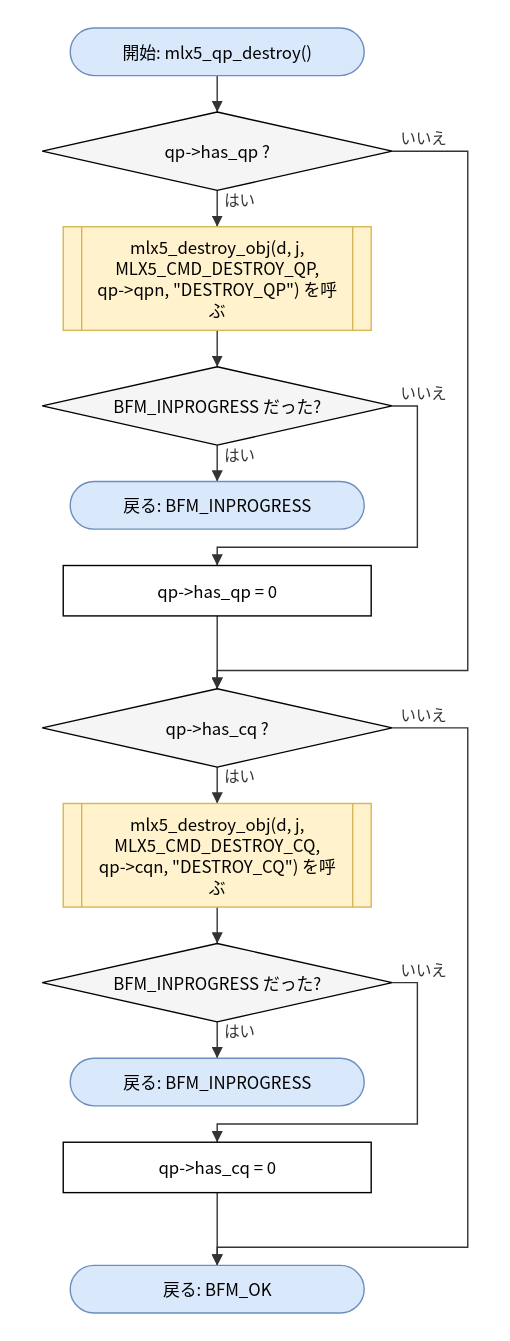
Earlier version of the draw.io export doc/spec/images/flow_src_mlx5_qp-mlx5_qp_destroy.drawio.svg (hf355051012-ai/bfmem). Source tidied: cells renumbered, new cells last; positions are measured from the earlier drawing's top-left corner, leaving out a move shared by most shapes.
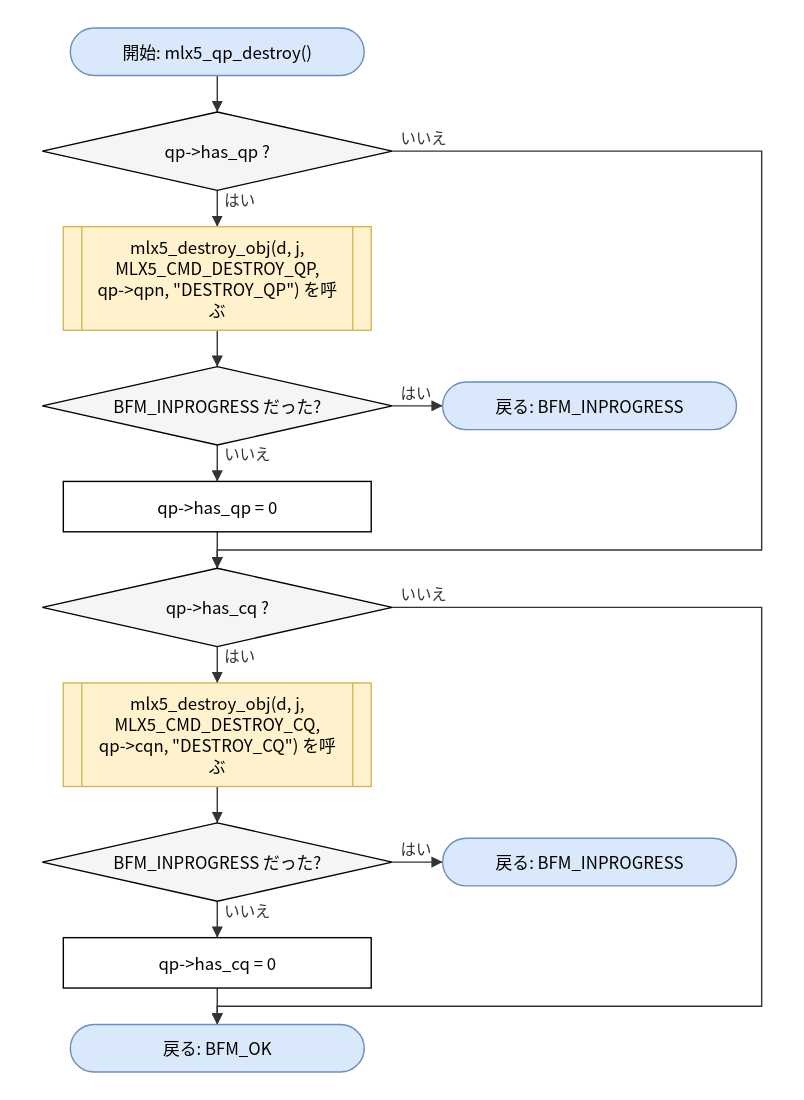
Above is the later version.

What changed in the source:
```diff
@@ -15,28 +15,28 @@
       <mxGeometry y="242" width="250" height="56" as="geometry" />
     </mxCell>
     <mxCell id="6" value="戻る: BFM_INPROGRESS" style="rounded=1;arcSize=50;whiteSpace=wrap;html=1;fillColor=#dae8fc;strokeColor=#6c8ebf;" parent="1" vertex="1">
-      <mxGeometry x="20" y="324" width="210" height="34" as="geometry" />
+      <mxGeometry x="286" y="253" width="210" height="34" as="geometry" />
     </mxCell>
     <mxCell id="7" value="qp-&amp;gt;has_qp = 0" style="rounded=0;whiteSpace=wrap;html=1;" parent="1" vertex="1">
-      <mxGeometry x="15" y="384" width="220" height="36" as="geometry" />
+      <mxGeometry x="15" y="324" width="220" height="36" as="geometry" />
     </mxCell>
     <mxCell id="8" value="qp-&amp;gt;has_cq ?" style="rhombus;whiteSpace=wrap;html=1;fillColor=#f5f5f5;" parent="1" vertex="1">
-      <mxGeometry y="472" width="250" height="56" as="geometry" />
+      <mxGeometry y="386" width="250" height="56" as="geometry" />
     </mxCell>
     <mxCell id="9" value="mlx5_destroy_obj(d, j,&lt;br&gt;MLX5_CMD_DESTROY_CQ,&lt;br&gt;qp-&amp;gt;cqn, &amp;quot;DESTROY_CQ&amp;quot;) を呼&lt;br&gt;ぶ" style="shape=process;whiteSpace=wrap;html=1;backgroundOutline=1;size=0.06;fillColor=#fff2cc;strokeColor=#d6b656;" parent="1" vertex="1">
-      <mxGeometry x="15" y="554" width="220" height="74" as="geometry" />
+      <mxGeometry x="15" y="468" width="220" height="74" as="geometry" />
     </mxCell>
     <mxCell id="10" value="BFM_INPROGRESS だった?" style="rhombus;whiteSpace=wrap;html=1;fillColor=#f5f5f5;" parent="1" vertex="1">
-      <mxGeometry y="654" width="250" height="56" as="geometry" />
+      <mxGeometry y="568" width="250" height="56" as="geometry" />
     </mxCell>
     <mxCell id="11" value="戻る: BFM_INPROGRESS" style="rounded=1;arcSize=50;whiteSpace=wrap;html=1;fillColor=#dae8fc;strokeColor=#6c8ebf;" parent="1" vertex="1">
-      <mxGeometry x="20" y="736" width="210" height="34" as="geometry" />
+      <mxGeometry x="286" y="579" width="210" height="34" as="geometry" />
     </mxCell>
     <mxCell id="12" value="qp-&amp;gt;has_cq = 0" style="rounded=0;whiteSpace=wrap;html=1;" parent="1" vertex="1">
-      <mxGeometry x="15" y="796" width="220" height="36" as="geometry" />
+      <mxGeometry x="15" y="650" width="220" height="36" as="geometry" />
     </mxCell>
     <mxCell id="13" value="戻る: BFM_OK" style="rounded=1;arcSize=50;whiteSpace=wrap;html=1;fillColor=#dae8fc;strokeColor=#6c8ebf;" parent="1" vertex="1">
-      <mxGeometry x="20" y="884" width="210" height="34" as="geometry" />
+      <mxGeometry x="20" y="712" width="210" height="34" as="geometry" />
     </mxCell>
     <mxCell id="14" style="edgeStyle=none;html=1;rounded=0;endArrow=block;endFill=1;exitX=0.5000;exitY=1.0000;exitDx=0;exitDy=0;exitPerimeter=0;entryX=0.5000;entryY=0.0000;entryDx=0;entryDy=0;entryPerimeter=0;" parent="1" edge="1" source="2" target="3">
       <mxGeometry relative="1" as="geometry" />
@@ -47,17 +47,11 @@
     <mxCell id="16" style="edgeStyle=none;html=1;rounded=0;endArrow=block;endFill=1;exitX=0.5000;exitY=1.0000;exitDx=0;exitDy=0;exitPerimeter=0;entryX=0.5000;entryY=0.0000;entryDx=0;entryDy=0;entryPerimeter=0;" parent="1" edge="1" source="4" target="5">
       <mxGeometry relative="1" as="geometry" />
     </mxCell>
-    <mxCell id="17" value="はい" style="edgeStyle=none;html=1;rounded=0;endArrow=block;endFill=1;exitX=0.5000;exitY=1.0000;exitDx=0;exitDy=0;exitPerimeter=0;entryX=0.5000;entryY=0.0000;entryDx=0;entryDy=0;entryPerimeter=0;" parent="1" edge="1" source="5" target="6">
+    <mxCell id="17" value="はい" style="edgeStyle=none;html=1;rounded=0;endArrow=block;endFill=1;exitX=1.0000;exitY=0.5000;exitDx=0;exitDy=0;exitPerimeter=0;entryX=0.0000;entryY=0.5000;entryDx=0;entryDy=0;entryPerimeter=0;" parent="1" edge="1" source="5" target="6">
       <mxGeometry relative="1" as="geometry" />
     </mxCell>
-    <mxCell id="18" value="いいえ" style="edgeStyle=none;html=1;rounded=0;endArrow=block;endFill=1;exitX=1.0000;exitY=0.5000;exitDx=0;exitDy=0;exitPerimeter=0;entryX=0.5000;entryY=0.0000;entryDx=0;entryDy=0;entryPerimeter=0;" parent="1" edge="1" source="5" target="7">
-      <mxGeometry relative="1" as="geometry">
-        <Array as="points">
-          <mxPoint x="268" y="270" />
-          <mxPoint x="268" y="371" />
-          <mxPoint x="125" y="371" />
-        </Array>
-      </mxGeometry>
+    <mxCell id="18" value="いいえ" style="edgeStyle=none;html=1;rounded=0;endArrow=block;endFill=1;exitX=0.5000;exitY=1.0000;exitDx=0;exitDy=0;exitPerimeter=0;entryX=0.5000;entryY=0.0000;entryDx=0;entryDy=0;entryPerimeter=0;" parent="1" edge="1" source="5" target="7">
+      <mxGeometry relative="1" as="geometry" />
     </mxCell>
     <mxCell id="19" style="edgeStyle=none;html=1;rounded=0;endArrow=block;endFill=1;exitX=0.5000;exitY=1.0000;exitDx=0;exitDy=0;exitPerimeter=0;entryX=0.5000;entryY=0.0000;entryDx=0;entryDy=0;entryPerimeter=0;" parent="1" edge="1" source="7" target="8">
       <mxGeometry relative="1" as="geometry" />
@@ -65,9 +59,9 @@
     <mxCell id="20" value="いいえ" style="edgeStyle=none;html=1;rounded=0;endArrow=block;endFill=1;exitX=1.0000;exitY=0.5000;exitDx=0;exitDy=0;exitPerimeter=0;entryX=0.5000;entryY=0.0000;entryDx=0;entryDy=0;entryPerimeter=0;" parent="1" edge="1" source="3" target="8">
       <mxGeometry relative="1" as="geometry">
         <Array as="points">
-          <mxPoint x="304" y="88" />
-          <mxPoint x="304" y="459" />
-          <mxPoint x="125" y="459" />
+          <mxPoint x="514" y="88" />
+          <mxPoint x="514" y="373" />
+          <mxPoint x="125" y="373" />
         </Array>
       </mxGeometry>
     </mxCell>
@@ -77,17 +71,11 @@
     <mxCell id="22" style="edgeStyle=none;html=1;rounded=0;endArrow=block;endFill=1;exitX=0.5000;exitY=1.0000;exitDx=0;exitDy=0;exitPerimeter=0;entryX=0.5000;entryY=0.0000;entryDx=0;entryDy=0;entryPerimeter=0;" parent="1" edge="1" source="9" target="10">
       <mxGeometry relative="1" as="geometry" />
     </mxCell>
-    <mxCell id="23" value="はい" style="edgeStyle=none;html=1;rounded=0;endArrow=block;endFill=1;exitX=0.5000;exitY=1.0000;exitDx=0;exitDy=0;exitPerimeter=0;entryX=0.5000;entryY=0.0000;entryDx=0;entryDy=0;entryPerimeter=0;" parent="1" edge="1" source="10" target="11">
+    <mxCell id="23" value="はい" style="edgeStyle=none;html=1;rounded=0;endArrow=block;endFill=1;exitX=1.0000;exitY=0.5000;exitDx=0;exitDy=0;exitPerimeter=0;entryX=0.0000;entryY=0.5000;entryDx=0;entryDy=0;entryPerimeter=0;" parent="1" edge="1" source="10" target="11">
       <mxGeometry relative="1" as="geometry" />
     </mxCell>
-    <mxCell id="24" value="いいえ" style="edgeStyle=none;html=1;rounded=0;endArrow=block;endFill=1;exitX=1.0000;exitY=0.5000;exitDx=0;exitDy=0;exitPerimeter=0;entryX=0.5000;entryY=0.0000;entryDx=0;entryDy=0;entryPerimeter=0;" parent="1" edge="1" source="10" target="12">
-      <mxGeometry relative="1" as="geometry">
-        <Array as="points">
-          <mxPoint x="268" y="682" />
-          <mxPoint x="268" y="783" />
-          <mxPoint x="125" y="783" />
-        </Array>
-      </mxGeometry>
+    <mxCell id="24" value="いいえ" style="edgeStyle=none;html=1;rounded=0;endArrow=block;endFill=1;exitX=0.5000;exitY=1.0000;exitDx=0;exitDy=0;exitPerimeter=0;entryX=0.5000;entryY=0.0000;entryDx=0;entryDy=0;entryPerimeter=0;" parent="1" edge="1" source="10" target="12">
+      <mxGeometry relative="1" as="geometry" />
     </mxCell>
     <mxCell id="25" style="edgeStyle=none;html=1;rounded=0;endArrow=block;endFill=1;exitX=0.5000;exitY=1.0000;exitDx=0;exitDy=0;exitPerimeter=0;entryX=0.5000;entryY=0.0000;entryDx=0;entryDy=0;entryPerimeter=0;" parent="1" edge="1" source="12" target="13">
       <mxGeometry relative="1" as="geometry" />
@@ -95,9 +83,9 @@
     <mxCell id="26" value="いいえ" style="edgeStyle=none;html=1;rounded=0;endArrow=block;endFill=1;exitX=1.0000;exitY=0.5000;exitDx=0;exitDy=0;exitPerimeter=0;entryX=0.5000;entryY=0.0000;entryDx=0;entryDy=0;entryPerimeter=0;" parent="1" edge="1" source="8" target="13">
       <mxGeometry relative="1" as="geometry">
         <Array as="points">
-          <mxPoint x="304" y="500" />
-          <mxPoint x="304" y="871" />
-          <mxPoint x="125" y="871" />
+          <mxPoint x="514" y="414" />
+          <mxPoint x="514" y="699" />
+          <mxPoint x="125" y="699" />
         </Array>
       </mxGeometry>
     </mxCell>
```
